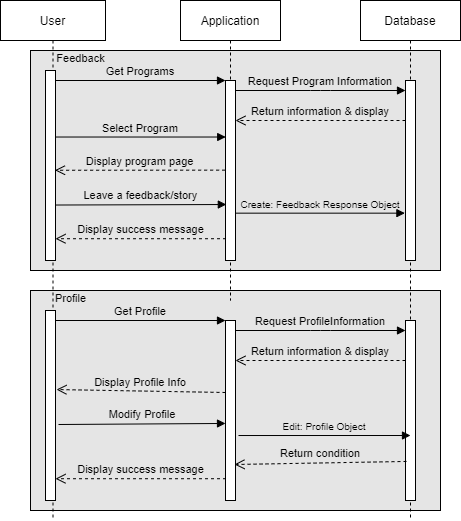
UAlberta-CMPUT401/nstep-storytelling keeps this draw.io diagram as docs/img/User Sequence.png. Above is the earlier version. Source tidied: cells renumbered, new cells last; positions are measured from the earlier drawing's top-left corner, leaving out a move shared by most shapes. Its diagram source:
```xml
<mxGraphModel>
  <root>
    <mxCell id="0" />
    <mxCell id="1" parent="0" />
    <mxCell id="2" style="rounded=0;whiteSpace=wrap;html=1;fontSize=9;fillColor=#e5e5e5;" parent="1" vertex="1">
      <mxGeometry x="30" y="290" width="410" height="220" as="geometry" />
    </mxCell>
    <mxCell id="3" style="rounded=0;whiteSpace=wrap;html=1;fontSize=9;fillColor=#e5e5e5;" parent="1" vertex="1">
      <mxGeometry x="30" y="50" width="410" height="220" as="geometry" />
    </mxCell>
    <mxCell id="4" value="User" style="shape=umlLifeline;perimeter=lifelinePerimeter;rounded=0;shadow=0;strokeWidth=1;" parent="1" vertex="1">
      <mxGeometry width="105" height="520" as="geometry" />
    </mxCell>
    <mxCell id="5" style="points=[];perimeter=orthogonalPerimeter;rounded=0;shadow=0;strokeWidth=1;" parent="4" vertex="1">
      <mxGeometry x="45" y="70" width="10" height="190" as="geometry" />
    </mxCell>
    <mxCell id="6" value="Application" style="shape=umlLifeline;perimeter=lifelinePerimeter;rounded=0;shadow=0;strokeWidth=1;" parent="1" vertex="1">
      <mxGeometry x="180" width="100" height="300" as="geometry" />
    </mxCell>
    <mxCell id="7" style="points=[];perimeter=orthogonalPerimeter;rounded=0;shadow=0;strokeWidth=1;" parent="6" vertex="1">
      <mxGeometry x="45" y="80" width="10" height="180" as="geometry" />
    </mxCell>
    <mxCell id="8" value="Return information &amp; display" style="verticalAlign=bottom;endArrow=open;dashed=1;endSize=8;exitX=0;exitY=0.95;shadow=0;strokeWidth=1;labelBackgroundColor=none;" parent="6" edge="1">
      <mxGeometry relative="1" as="geometry">
        <mxPoint x="225" y="120" as="sourcePoint" />
        <mxPoint x="55" y="120" as="targetPoint" />
      </mxGeometry>
    </mxCell>
    <mxCell id="9" value="Get Programs" style="verticalAlign=bottom;endArrow=block;entryX=0;entryY=0;shadow=0;strokeWidth=1;labelBackgroundColor=none;" parent="1" edge="1" source="5" target="7">
      <mxGeometry relative="1" as="geometry" />
    </mxCell>
    <mxCell id="10" value="Database" style="shape=umlLifeline;perimeter=lifelinePerimeter;rounded=0;shadow=0;strokeWidth=1;" parent="1" vertex="1">
      <mxGeometry x="360" width="100" height="520" as="geometry" />
    </mxCell>
    <mxCell id="11" style="points=[];perimeter=orthogonalPerimeter;rounded=0;shadow=0;strokeWidth=1;" parent="10" vertex="1">
      <mxGeometry x="45" y="80" width="10" height="180" as="geometry" />
    </mxCell>
    <mxCell id="12" value="Request Program Information" style="verticalAlign=bottom;endArrow=block;entryX=0;entryY=0;shadow=0;strokeWidth=1;labelBackgroundColor=none;" parent="10" edge="1">
      <mxGeometry relative="1" as="geometry">
        <mxPoint x="-125" y="90" as="sourcePoint" />
        <mxPoint x="45" y="90" as="targetPoint" />
        <Array as="points">
          <mxPoint x="-40" y="90" />
        </Array>
      </mxGeometry>
    </mxCell>
    <mxCell id="13" value="Select Program" style="verticalAlign=bottom;endArrow=block;shadow=0;strokeWidth=1;entryX=0.021;entryY=0.314;entryDx=0;entryDy=0;entryPerimeter=0;labelBackgroundColor=none;" parent="1" edge="1" source="5" target="7">
      <mxGeometry relative="1" as="geometry" />
    </mxCell>
    <mxCell id="14" value="Display program page" style="verticalAlign=bottom;endArrow=open;dashed=1;endSize=8;shadow=0;strokeWidth=1;exitX=-0.036;exitY=0.498;exitDx=0;exitDy=0;exitPerimeter=0;entryX=0.95;entryY=0.525;entryDx=0;entryDy=0;entryPerimeter=0;labelBackgroundColor=none;" parent="1" edge="1" source="7" target="5">
      <mxGeometry relative="1" as="geometry" />
    </mxCell>
    <mxCell id="15" value="Leave a feedback/story" style="verticalAlign=bottom;endArrow=block;shadow=0;strokeWidth=1;entryX=0.083;entryY=0.689;entryDx=0;entryDy=0;entryPerimeter=0;exitX=1.036;exitY=0.708;exitDx=0;exitDy=0;exitPerimeter=0;labelBackgroundColor=none;" parent="1" edge="1" source="5" target="7">
      <mxGeometry relative="1" as="geometry" />
    </mxCell>
    <mxCell id="16" value="Display success message" style="verticalAlign=bottom;endArrow=open;dashed=1;endSize=8;shadow=0;strokeWidth=1;exitX=0.05;exitY=0.879;exitDx=0;exitDy=0;exitPerimeter=0;labelBackgroundColor=none;" parent="1" edge="1" source="7" target="5">
      <mxGeometry relative="1" as="geometry" />
    </mxCell>
    <mxCell id="17" value="&lt;font style=&quot;font-size: 11px;&quot;&gt;Feedback&lt;/font&gt;" style="text;html=1;align=center;verticalAlign=middle;strokeColor=none;fillColor=none;" parent="1" vertex="1">
      <mxGeometry x="45" y="43" width="70" height="30" as="geometry" />
    </mxCell>
    <mxCell id="18" value="Create: Feedback Response Object" style="verticalAlign=bottom;endArrow=block;shadow=0;strokeWidth=1;entryX=-0.06;entryY=0.737;entryDx=0;entryDy=0;entryPerimeter=0;labelBackgroundColor=none;fontSize=10;" parent="1" edge="1" source="7" target="11">
      <mxGeometry relative="1" as="geometry" />
    </mxCell>
    <mxCell id="19" style="points=[];perimeter=orthogonalPerimeter;rounded=0;shadow=0;strokeWidth=1;" parent="1" vertex="1">
      <mxGeometry x="45" y="310" width="10" height="190" as="geometry" />
    </mxCell>
    <mxCell id="20" style="points=[];perimeter=orthogonalPerimeter;rounded=0;shadow=0;strokeWidth=1;" parent="1" vertex="1">
      <mxGeometry x="225" y="320" width="10" height="180" as="geometry" />
    </mxCell>
    <mxCell id="21" value="Return information &amp; display" style="verticalAlign=bottom;endArrow=open;dashed=1;endSize=8;exitX=0;exitY=0.95;shadow=0;strokeWidth=1;labelBackgroundColor=none;" parent="1" edge="1">
      <mxGeometry relative="1" as="geometry">
        <mxPoint x="405" y="360" as="sourcePoint" />
        <mxPoint x="235" y="360" as="targetPoint" />
      </mxGeometry>
    </mxCell>
    <mxCell id="22" value="Get Profile" style="verticalAlign=bottom;endArrow=block;entryX=0;entryY=0;shadow=0;strokeWidth=1;labelBackgroundColor=none;" parent="1" edge="1" source="19" target="20">
      <mxGeometry relative="1" as="geometry" />
    </mxCell>
    <mxCell id="23" style="points=[];perimeter=orthogonalPerimeter;rounded=0;shadow=0;strokeWidth=1;" parent="1" vertex="1">
      <mxGeometry x="405" y="320" width="10" height="180" as="geometry" />
    </mxCell>
    <mxCell id="24" value="Request ProfileInformation" style="verticalAlign=bottom;endArrow=block;entryX=0;entryY=0;shadow=0;strokeWidth=1;labelBackgroundColor=none;" parent="1" edge="1">
      <mxGeometry relative="1" as="geometry">
        <mxPoint x="235" y="330" as="sourcePoint" />
        <mxPoint x="405" y="330" as="targetPoint" />
        <Array as="points">
          <mxPoint x="320" y="330" />
        </Array>
      </mxGeometry>
    </mxCell>
    <mxCell id="25" value="Display Profile Info" style="verticalAlign=bottom;endArrow=open;dashed=1;endSize=8;shadow=0;strokeWidth=1;exitX=0;exitY=0.4;exitDx=0;exitDy=0;exitPerimeter=0;labelBackgroundColor=none;entryX=1.1;entryY=0.416;entryDx=0;entryDy=0;entryPerimeter=0;" parent="1" edge="1" source="20" target="19">
      <mxGeometry relative="1" as="geometry" />
    </mxCell>
    <mxCell id="26" value="Modify Profile" style="verticalAlign=bottom;endArrow=block;shadow=0;strokeWidth=1;entryX=0;entryY=0.572;entryDx=0;entryDy=0;entryPerimeter=0;exitX=1.3;exitY=0.6;exitDx=0;exitDy=0;exitPerimeter=0;labelBackgroundColor=none;" parent="1" edge="1" source="19" target="20">
      <mxGeometry relative="1" as="geometry" />
    </mxCell>
    <mxCell id="27" value="Display success message" style="verticalAlign=bottom;endArrow=open;dashed=1;endSize=8;shadow=0;strokeWidth=1;exitX=0.05;exitY=0.879;exitDx=0;exitDy=0;exitPerimeter=0;labelBackgroundColor=none;" parent="1" edge="1" source="20" target="19">
      <mxGeometry relative="1" as="geometry" />
    </mxCell>
    <mxCell id="28" value="&lt;span style=&quot;font-size: 11px;&quot;&gt;Profile&lt;/span&gt;" style="text;html=1;align=center;verticalAlign=middle;strokeColor=none;fillColor=none;" parent="1" vertex="1">
      <mxGeometry x="45" y="283" width="50" height="30" as="geometry" />
    </mxCell>
    <mxCell id="29" value="Edit: Profile Object" style="verticalAlign=bottom;endArrow=block;shadow=0;strokeWidth=1;labelBackgroundColor=none;fontSize=10;exitX=1.3;exitY=0.639;exitDx=0;exitDy=0;exitPerimeter=0;" parent="1" edge="1" source="20">
      <mxGeometry relative="1" as="geometry">
        <mxPoint x="410" y="435" as="targetPoint" />
      </mxGeometry>
    </mxCell>
    <mxCell id="30" value="Return condition" style="verticalAlign=bottom;endArrow=open;dashed=1;endSize=8;exitX=0.1;exitY=0.783;shadow=0;strokeWidth=1;labelBackgroundColor=none;exitDx=0;exitDy=0;exitPerimeter=0;entryX=0.9;entryY=0.8;entryDx=0;entryDy=0;entryPerimeter=0;" parent="1" edge="1" source="23" target="20">
      <mxGeometry relative="1" as="geometry" />
    </mxCell>
  </root>
</mxGraphModel>
```
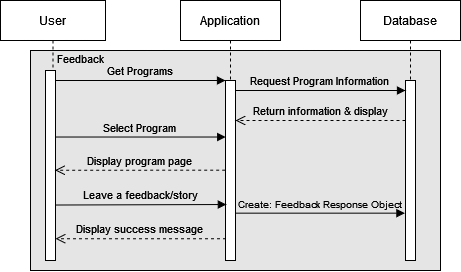
The same file after the commit.

Change to the diagram source:
```diff
@@ -2,20 +2,17 @@
   <root>
     <mxCell id="0" />
     <mxCell id="1" parent="0" />
-    <mxCell id="2" style="rounded=0;whiteSpace=wrap;html=1;fontSize=9;fillColor=#e5e5e5;" parent="1" vertex="1">
-      <mxGeometry x="30" y="290" width="410" height="220" as="geometry" />
-    </mxCell>
     <mxCell id="3" style="rounded=0;whiteSpace=wrap;html=1;fontSize=9;fillColor=#e5e5e5;" parent="1" vertex="1">
       <mxGeometry x="30" y="50" width="410" height="220" as="geometry" />
     </mxCell>
     <mxCell id="4" value="User" style="shape=umlLifeline;perimeter=lifelinePerimeter;rounded=0;shadow=0;strokeWidth=1;" parent="1" vertex="1">
-      <mxGeometry width="105" height="520" as="geometry" />
+      <mxGeometry width="105" height="260" as="geometry" />
     </mxCell>
     <mxCell id="5" style="points=[];perimeter=orthogonalPerimeter;rounded=0;shadow=0;strokeWidth=1;" parent="4" vertex="1">
       <mxGeometry x="45" y="70" width="10" height="190" as="geometry" />
     </mxCell>
     <mxCell id="6" value="Application" style="shape=umlLifeline;perimeter=lifelinePerimeter;rounded=0;shadow=0;strokeWidth=1;" parent="1" vertex="1">
-      <mxGeometry x="180" width="100" height="300" as="geometry" />
+      <mxGeometry x="180" width="100" height="260" as="geometry" />
     </mxCell>
     <mxCell id="7" style="points=[];perimeter=orthogonalPerimeter;rounded=0;shadow=0;strokeWidth=1;" parent="6" vertex="1">
       <mxGeometry x="45" y="80" width="10" height="180" as="geometry" />
@@ -30,7 +27,7 @@
       <mxGeometry relative="1" as="geometry" />
     </mxCell>
     <mxCell id="10" value="Database" style="shape=umlLifeline;perimeter=lifelinePerimeter;rounded=0;shadow=0;strokeWidth=1;" parent="1" vertex="1">
-      <mxGeometry x="360" width="100" height="520" as="geometry" />
+      <mxGeometry x="360" width="100" height="260" as="geometry" />
     </mxCell>
     <mxCell id="11" style="points=[];perimeter=orthogonalPerimeter;rounded=0;shadow=0;strokeWidth=1;" parent="10" vertex="1">
       <mxGeometry x="45" y="80" width="10" height="180" as="geometry" />
@@ -62,52 +59,5 @@
     <mxCell id="18" value="Create: Feedback Response Object" style="verticalAlign=bottom;endArrow=block;shadow=0;strokeWidth=1;entryX=-0.06;entryY=0.737;entryDx=0;entryDy=0;entryPerimeter=0;labelBackgroundColor=none;fontSize=10;" parent="1" edge="1" source="7" target="11">
       <mxGeometry relative="1" as="geometry" />
     </mxCell>
-    <mxCell id="19" style="points=[];perimeter=orthogonalPerimeter;rounded=0;shadow=0;strokeWidth=1;" parent="1" vertex="1">
-      <mxGeometry x="45" y="310" width="10" height="190" as="geometry" />
-    </mxCell>
-    <mxCell id="20" style="points=[];perimeter=orthogonalPerimeter;rounded=0;shadow=0;strokeWidth=1;" parent="1" vertex="1">
-      <mxGeometry x="225" y="320" width="10" height="180" as="geometry" />
-    </mxCell>
-    <mxCell id="21" value="Return information &amp; display" style="verticalAlign=bottom;endArrow=open;dashed=1;endSize=8;exitX=0;exitY=0.95;shadow=0;strokeWidth=1;labelBackgroundColor=none;" parent="1" edge="1">
-      <mxGeometry relative="1" as="geometry">
-        <mxPoint x="405" y="360" as="sourcePoint" />
-        <mxPoint x="235" y="360" as="targetPoint" />
-      </mxGeometry>
-    </mxCell>
-    <mxCell id="22" value="Get Profile" style="verticalAlign=bottom;endArrow=block;entryX=0;entryY=0;shadow=0;strokeWidth=1;labelBackgroundColor=none;" parent="1" edge="1" source="19" target="20">
-      <mxGeometry relative="1" as="geometry" />
-    </mxCell>
-    <mxCell id="23" style="points=[];perimeter=orthogonalPerimeter;rounded=0;shadow=0;strokeWidth=1;" parent="1" vertex="1">
-      <mxGeometry x="405" y="320" width="10" height="180" as="geometry" />
-    </mxCell>
-    <mxCell id="24" value="Request ProfileInformation" style="verticalAlign=bottom;endArrow=block;entryX=0;entryY=0;shadow=0;strokeWidth=1;labelBackgroundColor=none;" parent="1" edge="1">
-      <mxGeometry relative="1" as="geometry">
-        <mxPoint x="235" y="330" as="sourcePoint" />
-        <mxPoint x="405" y="330" as="targetPoint" />
-        <Array as="points">
-          <mxPoint x="320" y="330" />
-        </Array>
-      </mxGeometry>
-    </mxCell>
-    <mxCell id="25" value="Display Profile Info" style="verticalAlign=bottom;endArrow=open;dashed=1;endSize=8;shadow=0;strokeWidth=1;exitX=0;exitY=0.4;exitDx=0;exitDy=0;exitPerimeter=0;labelBackgroundColor=none;entryX=1.1;entryY=0.416;entryDx=0;entryDy=0;entryPerimeter=0;" parent="1" edge="1" source="20" target="19">
-      <mxGeometry relative="1" as="geometry" />
-    </mxCell>
-    <mxCell id="26" value="Modify Profile" style="verticalAlign=bottom;endArrow=block;shadow=0;strokeWidth=1;entryX=0;entryY=0.572;entryDx=0;entryDy=0;entryPerimeter=0;exitX=1.3;exitY=0.6;exitDx=0;exitDy=0;exitPerimeter=0;labelBackgroundColor=none;" parent="1" edge="1" source="19" target="20">
-      <mxGeometry relative="1" as="geometry" />
-    </mxCell>
-    <mxCell id="27" value="Display success message" style="verticalAlign=bottom;endArrow=open;dashed=1;endSize=8;shadow=0;strokeWidth=1;exitX=0.05;exitY=0.879;exitDx=0;exitDy=0;exitPerimeter=0;labelBackgroundColor=none;" parent="1" edge="1" source="20" target="19">
-      <mxGeometry relative="1" as="geometry" />
-    </mxCell>
-    <mxCell id="28" value="&lt;span style=&quot;font-size: 11px;&quot;&gt;Profile&lt;/span&gt;" style="text;html=1;align=center;verticalAlign=middle;strokeColor=none;fillColor=none;" parent="1" vertex="1">
-      <mxGeometry x="45" y="283" width="50" height="30" as="geometry" />
-    </mxCell>
-    <mxCell id="29" value="Edit: Profile Object" style="verticalAlign=bottom;endArrow=block;shadow=0;strokeWidth=1;labelBackgroundColor=none;fontSize=10;exitX=1.3;exitY=0.639;exitDx=0;exitDy=0;exitPerimeter=0;" parent="1" edge="1" source="20">
-      <mxGeometry relative="1" as="geometry">
-        <mxPoint x="410" y="435" as="targetPoint" />
-      </mxGeometry>
-    </mxCell>
-    <mxCell id="30" value="Return condition" style="verticalAlign=bottom;endArrow=open;dashed=1;endSize=8;exitX=0.1;exitY=0.783;shadow=0;strokeWidth=1;labelBackgroundColor=none;exitDx=0;exitDy=0;exitPerimeter=0;entryX=0.9;entryY=0.8;entryDx=0;entryDy=0;entryPerimeter=0;" parent="1" edge="1" source="23" target="20">
-      <mxGeometry relative="1" as="geometry" />
-    </mxCell>
   </root>
 </mxGraphModel>
```
